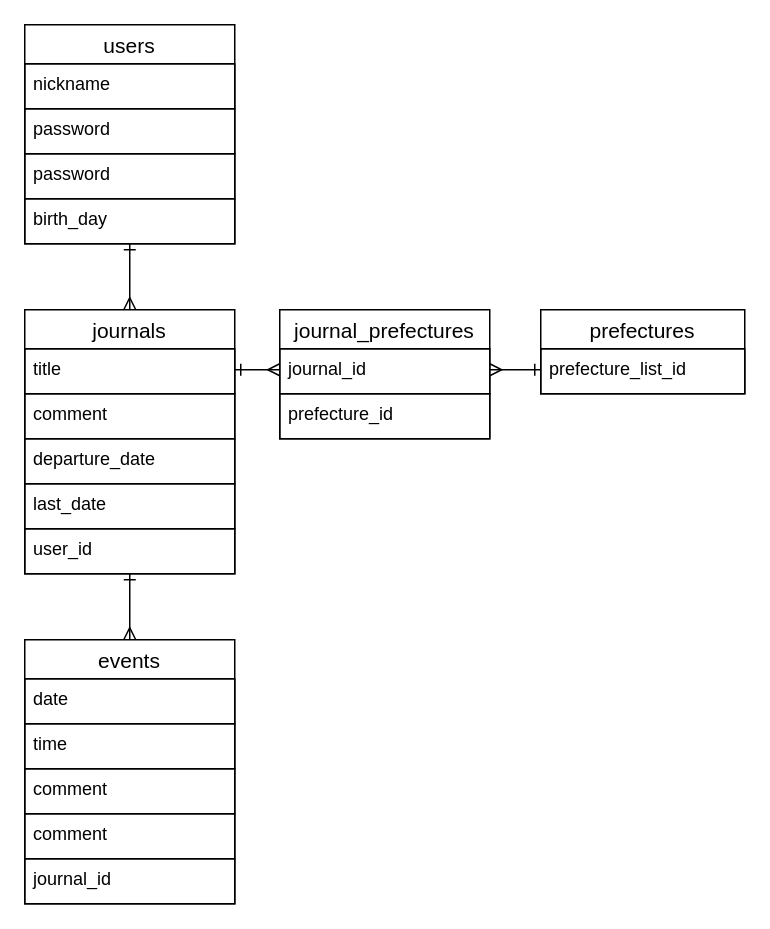
KatKeeeen/tabiji keeps this draw.io diagram as database.dio. Above is the earlier version. Source tidied: cells renumbered, new cells numbered last; positions are measured from the earlier drawing's top-left corner, leaving out a move shared by most shapes. Both pictures are drawn from the tidied source at 150%, with x=0, y=0 at pixel (24, 24).
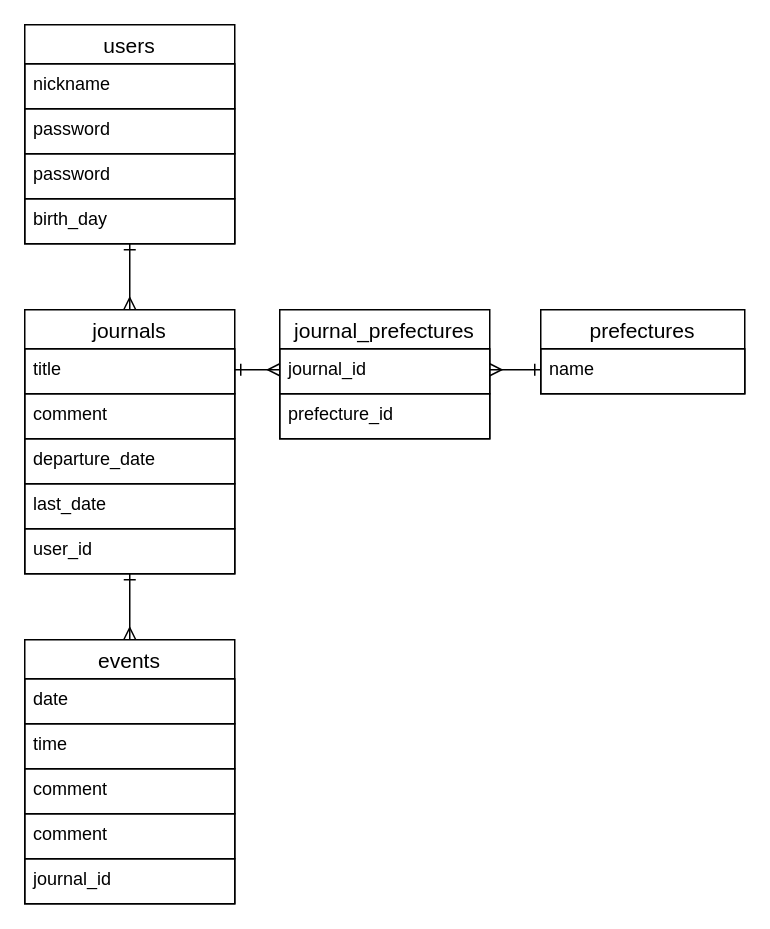
The same diagram, later.

The change refers to these unchanged cells:
```xml
<mxCell id="13" value="prefectures" style="swimlane;fontStyle=0;horizontal=1;startSize=26;align=center;fontSize=14;" parent="1" vertex="1">
  <mxGeometry x="344" y="190" width="136" height="56" as="geometry" />
</mxCell>
```

Change to the diagram source:
```diff
@@
-    <mxCell id="14" value="prefecture_list_id" style="text;strokeColor=default;fillColor=none;spacingLeft=4;spacingRight=4;overflow=hidden;fontSize=12;" parent="13" vertex="1">
+    <mxCell id="14" value="name" style="text;strokeColor=default;fillColor=none;spacingLeft=4;spacingRight=4;overflow=hidden;fontSize=12;" parent="13" vertex="1">
       <mxGeometry y="26" width="136" height="30" as="geometry" />
     </mxCell>
```
